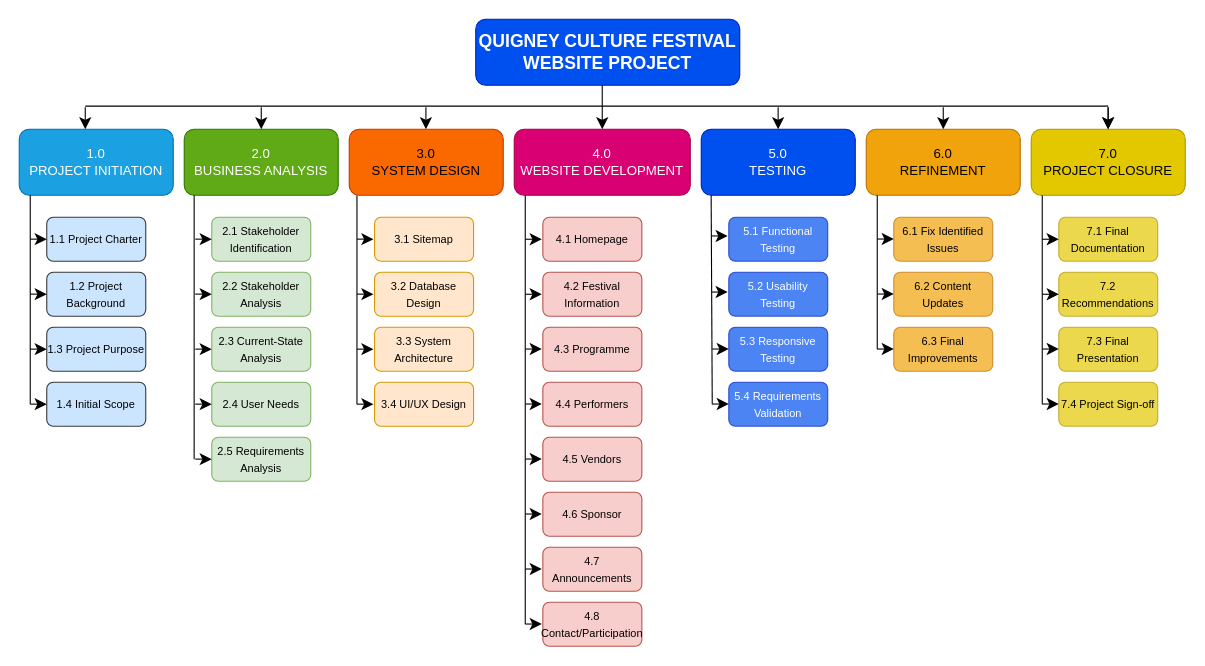
Above: QCF WBS.drawio in njabulosikhondo/WIL (draw.io), before the change. Source tidied: cells renumbered, new cells numbered last; positions are measured from the earlier drawing's top-left corner, leaving out a move shared by most shapes. Both pictures are drawn from the tidied source at 110%, with x=0, y=0 at pixel (19, 19).
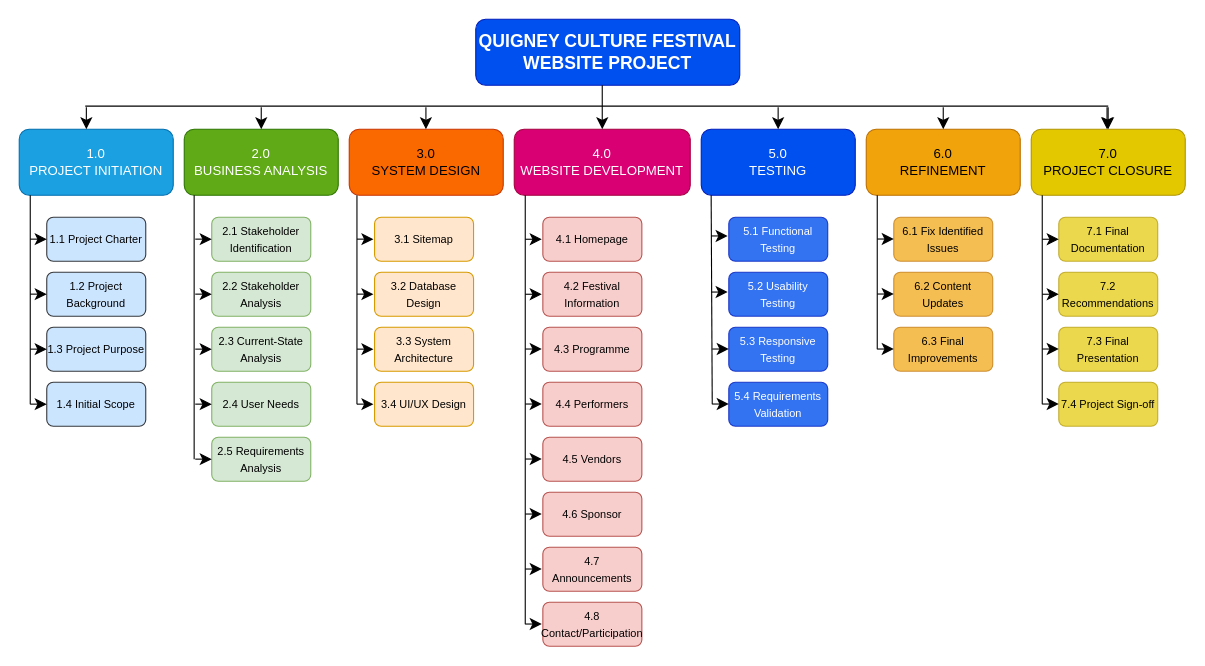
The same diagram, later.

Change to the diagram source:
```diff
@@
-    <mxCell id="31" value="&lt;font style=&quot;font-size: 10px;&quot;&gt;5.1 Functional Testing&lt;/font&gt;" style="rounded=1;whiteSpace=wrap;html=1;fillColor=#0050ef;strokeColor=#001DBC;fontColor=#ffffff;opacity=70;" parent="1" vertex="1">
+    <mxCell id="31" value="&lt;font style=&quot;font-size: 10px;&quot;&gt;5.1 Functional Testing&lt;/font&gt;" style="rounded=1;whiteSpace=wrap;html=1;fillColor=#0050ef;strokeColor=#001DBC;fontColor=#ffffff;opacity=80;" parent="1" vertex="1">
       <mxGeometry x="645" y="180" width="90" height="40" as="geometry" />
     </mxCell>
-    <mxCell id="32" value="&lt;font style=&quot;font-size: 10px;&quot;&gt;5.2 Usability Testing&lt;/font&gt;" style="rounded=1;whiteSpace=wrap;html=1;fillColor=#0050ef;strokeColor=#001DBC;fontColor=#ffffff;opacity=70;" parent="1" vertex="1">
+    <mxCell id="32" value="&lt;font style=&quot;font-size: 10px;&quot;&gt;5.2 Usability Testing&lt;/font&gt;" style="rounded=1;whiteSpace=wrap;html=1;fillColor=#0050ef;strokeColor=#001DBC;fontColor=#ffffff;opacity=80;" parent="1" vertex="1">
       <mxGeometry x="645" y="230" width="90" height="40" as="geometry" />
     </mxCell>
-    <mxCell id="33" value="&lt;font style=&quot;font-size: 10px;&quot;&gt;5.3 Responsive Testing&lt;/font&gt;" style="rounded=1;whiteSpace=wrap;html=1;fillColor=#0050ef;strokeColor=#001DBC;fontColor=#ffffff;opacity=70;" parent="1" vertex="1">
+    <mxCell id="33" value="&lt;font style=&quot;font-size: 10px;&quot;&gt;5.3 Responsive Testing&lt;/font&gt;" style="rounded=1;whiteSpace=wrap;html=1;fillColor=#0050ef;strokeColor=#001DBC;fontColor=#ffffff;opacity=80;" parent="1" vertex="1">
       <mxGeometry x="645" y="280" width="90" height="40" as="geometry" />
     </mxCell>
-    <mxCell id="34" value="&lt;span style=&quot;font-size: 10px;&quot;&gt;5.4 Requirements Validation&lt;/span&gt;" style="rounded=1;whiteSpace=wrap;html=1;fillColor=#0050ef;strokeColor=#001DBC;fontColor=#ffffff;opacity=70;" parent="1" vertex="1">
+    <mxCell id="34" value="&lt;span style=&quot;font-size: 10px;&quot;&gt;5.4 Requirements Validation&lt;/span&gt;" style="rounded=1;whiteSpace=wrap;html=1;fillColor=#0050ef;strokeColor=#001DBC;fontColor=#ffffff;opacity=80;" parent="1" vertex="1">
       <mxGeometry x="645" y="330" width="90" height="40" as="geometry" />
     </mxCell>
@@
     <mxCell id="45" style="endArrow=classic;html=1;rounded=0;fontSize=12;startSize=8;endSize=8;curved=1;" parent="1" edge="1">
       <mxGeometry relative="1" as="geometry">
-        <mxPoint x="60" y="80" as="sourcePoint" />
-        <mxPoint x="60" y="100" as="targetPoint" />
+        <mxPoint x="61" y="80" as="sourcePoint" />
+        <mxPoint x="61" y="100" as="targetPoint" />
       </mxGeometry>
     </mxCell>
@@
     <mxCell id="50" style="endArrow=classic;html=1;rounded=0;fontSize=12;startSize=8;endSize=8;curved=1;" parent="1" edge="1">
       <mxGeometry relative="1" as="geometry">
-        <mxPoint x="989.9" y="80" as="sourcePoint" />
-        <mxPoint x="989.9" y="100" as="targetPoint" />
+        <mxPoint x="988.9" y="80" as="sourcePoint" />
+        <mxPoint x="988.9" y="100" as="targetPoint" />
       </mxGeometry>
     </mxCell>
```
